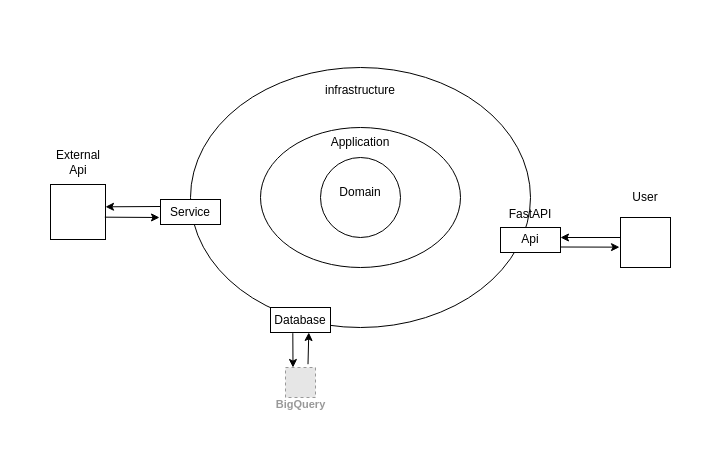
DVRRS/test_wearemo keeps this draw.io diagram as architecture.drawio. Above is the earlier version. Source tidied: cells renumbered, new cells numbered last; positions are measured from the earlier drawing's top-left corner, leaving out a move shared by most shapes. Both pictures are drawn from the tidied source at 100%, with x=0, y=0 at pixel (48, 67). Pictures stored in the file or linked from it are replaced by grey dashed boxes.
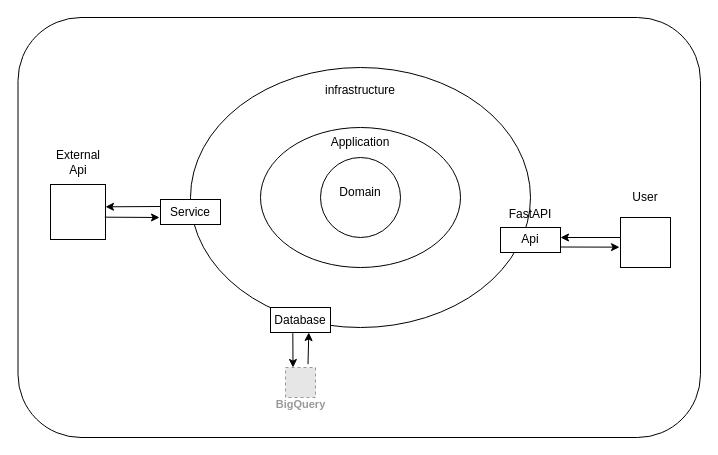
After the change.

Change to the diagram source:
```diff
@@
+    <mxCell id="27" style="rounded=1;whiteSpace=wrap;html=1;" parent="1" vertex="1">
+      <mxGeometry x="-30.5" y="-50" width="682.5" height="420" as="geometry" />
+    </mxCell>
```
